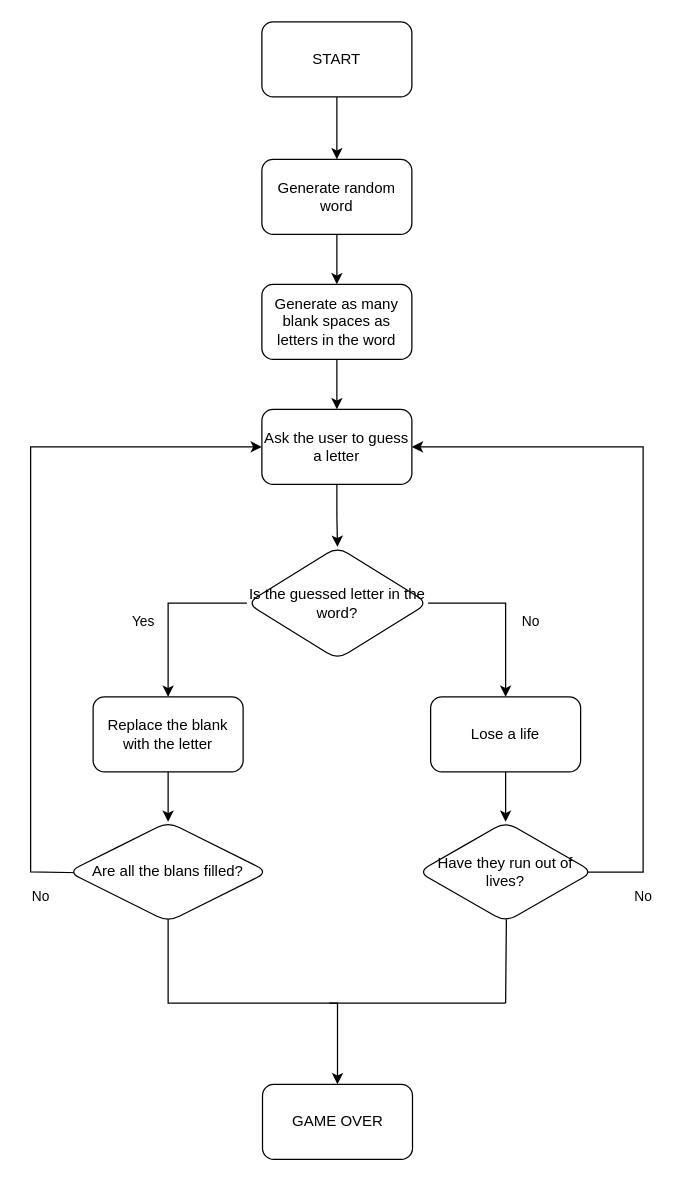
Above: Day7/Untitled Diagram.drawio in AlexKa03/Python (draw.io), before the change. Source tidied: cells renumbered, new cells numbered last; positions are measured from the earlier drawing's top-left corner, leaving out a move shared by most shapes. Both pictures are drawn from the tidied source at 125%, with x=0, y=0 at pixel (30, 21).
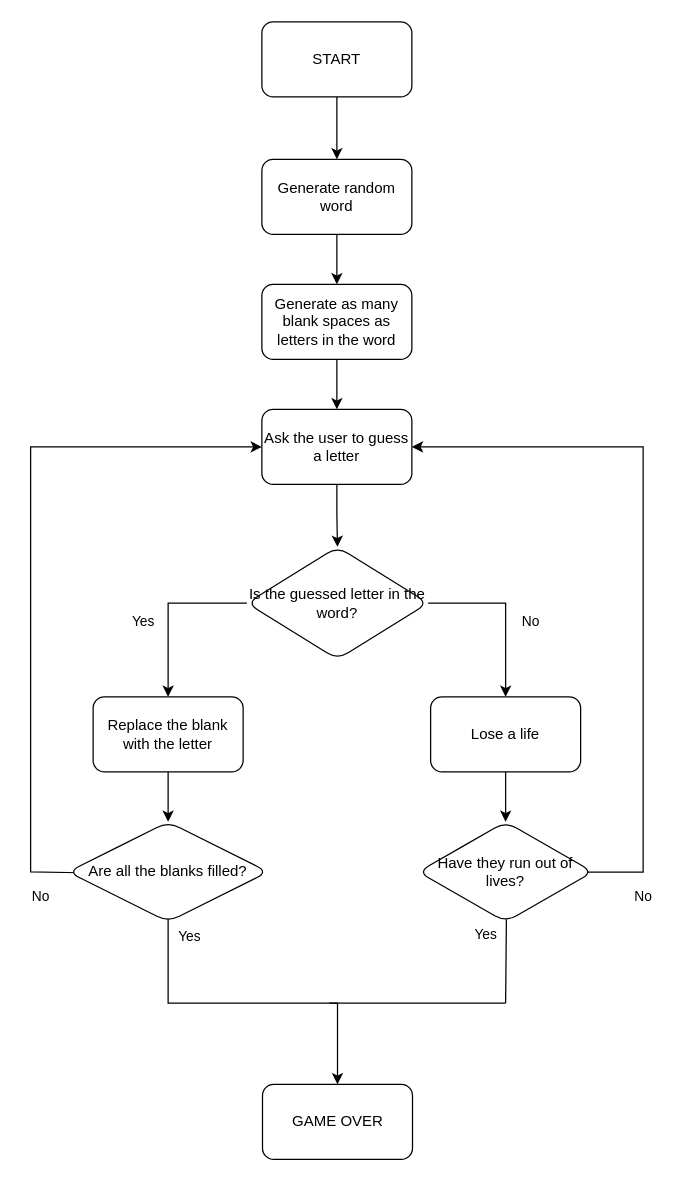
Above is the later version.

The change refers to these unchanged cells:
```xml
<mxCell id="16" style="edgeStyle=orthogonalEdgeStyle;rounded=0;jettySize=auto;html=1;exitX=0.5;exitY=0.96;exitDx=0;exitDy=0;exitPerimeter=0;" parent="1" edge="1" source="17" target="22">
  <mxGeometry relative="1" as="geometry" />
</mxCell>
<mxCell id="23" style="endArrow=none;html=1;rounded=0;entryX=0.504;entryY=0.963;entryDx=0;entryDy=0;entryPerimeter=0;" parent="1" edge="1">
  <mxGeometry relative="1" as="geometry">
    <mxPoint x="380" y="785" as="sourcePoint" />
    <mxPoint x="380.6" y="718" as="targetPoint" />
  </mxGeometry>
</mxCell>
```

Change to the diagram source:
```diff
@@
+    <mxCell id="25" value="Yes" style="edgeLabel;html=1;align=center;verticalAlign=middle;" parent="16" vertex="1">
+      <mxGeometry x="-0.76" relative="1" as="geometry">
+        <mxPoint x="16" y="-17" as="offset" />
+      </mxGeometry>
+    </mxCell>
-    <mxCell id="17" value="Are all the blans filled?" style="rhombus;whiteSpace=wrap;html=1;rounded=1;" parent="1" vertex="1">
+    <mxCell id="17" value="Are all the blanks filled?" style="rhombus;whiteSpace=wrap;html=1;rounded=1;" parent="1" vertex="1">
       <mxGeometry x="30" y="640" width="160" height="80" as="geometry" />
     </mxCell>
@@
+    <mxCell id="26" value="Yes" style="edgeLabel;html=1;align=center;verticalAlign=middle;" parent="23" vertex="1">
+      <mxGeometry x="0.37" relative="1" as="geometry">
+        <mxPoint x="-17" y="-10" as="offset" />
+      </mxGeometry>
+    </mxCell>
```
